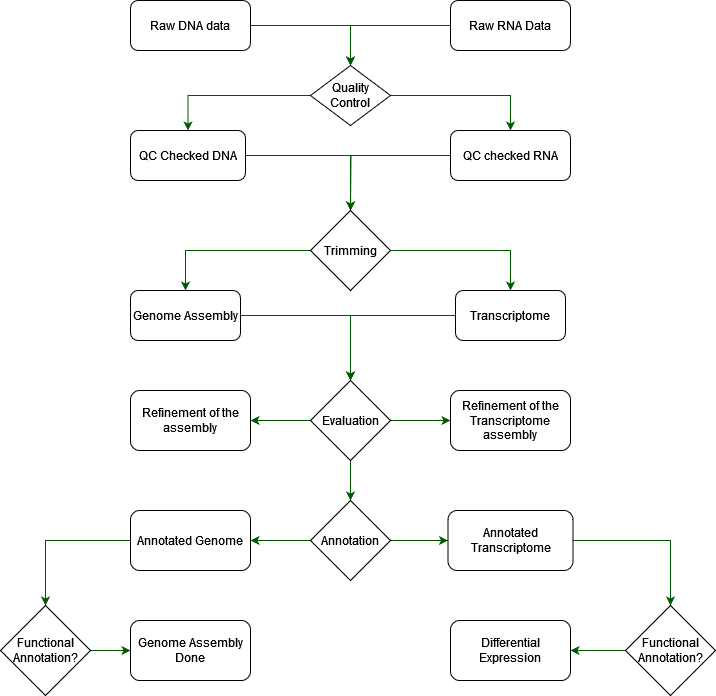
MikeGenes/GenomeProject keeps this draw.io diagram as Genome_Analysis_workflow.drawio.png. Above is the earlier version. Source tidied: cells renumbered, new cells last; positions are measured from the earlier drawing's top-left corner, leaving out a move shared by most shapes.
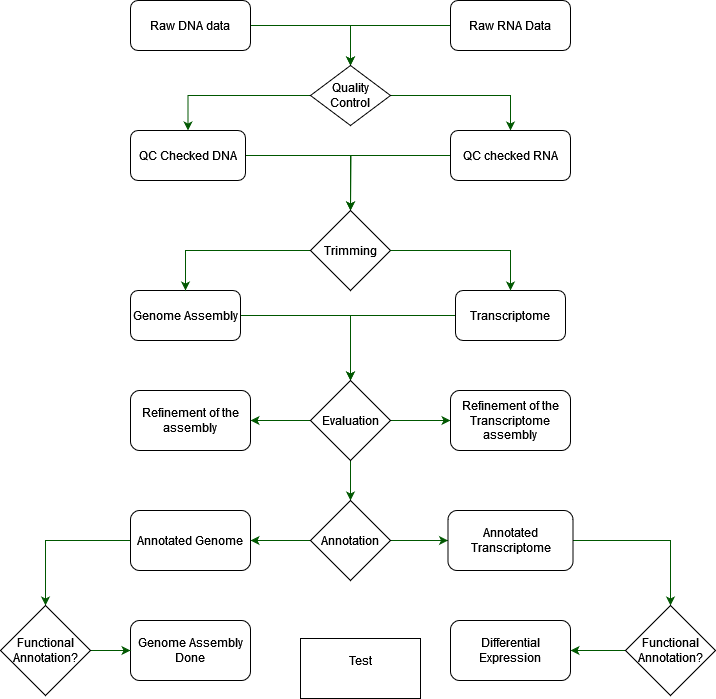
The same diagram one commit later.

Diff of the diagram source:
```diff
@@ -124,5 +124,8 @@
     <mxCell id="40" value="Functional Annotation?" style="rhombus;whiteSpace=wrap;html=1;" parent="1" vertex="1">
       <mxGeometry y="605" width="90" height="90" as="geometry" />
     </mxCell>
+    <mxCell id="41" value="&lt;div&gt;Test&lt;/div&gt;&lt;div&gt;&lt;br&gt;&lt;/div&gt;" style="rounded=0;whiteSpace=wrap;html=1;" parent="1" vertex="1">
+      <mxGeometry x="300" y="638" width="120" height="60" as="geometry" />
+    </mxCell>
   </root>
 </mxGraphModel>
```
